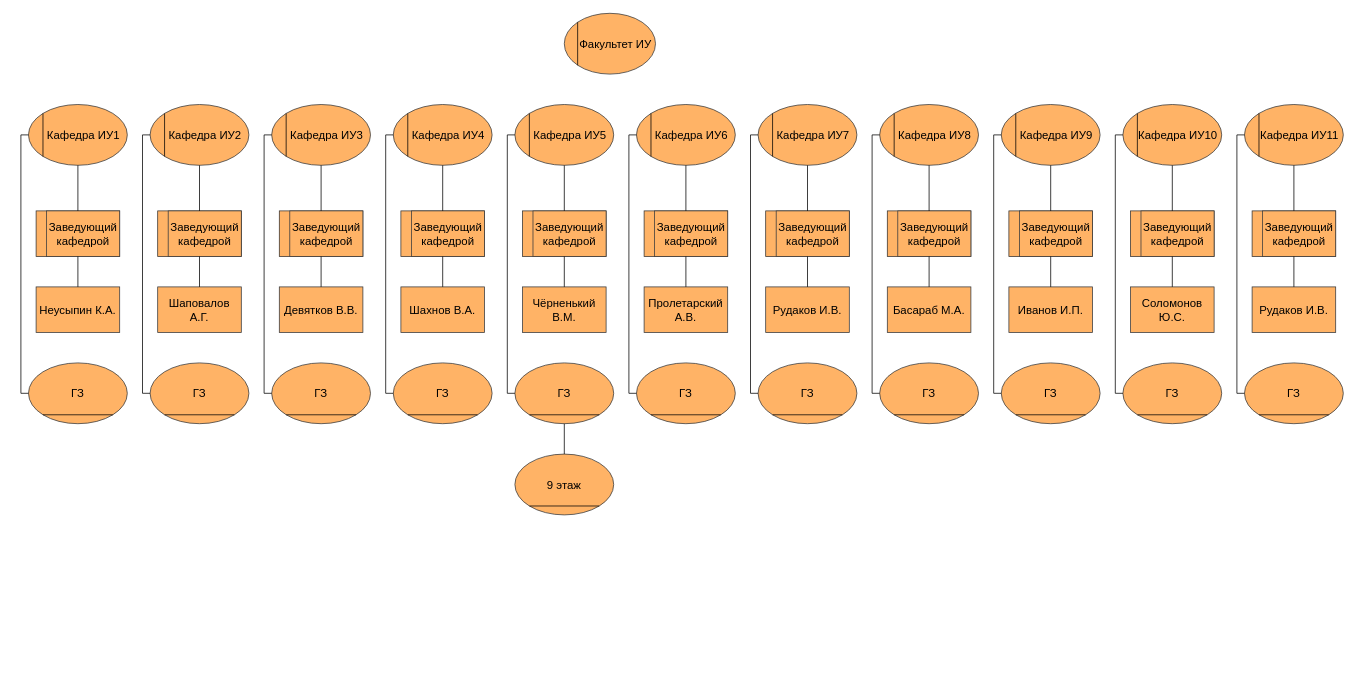
Before: ERP l1.drawio in DMfananddu/ERP, a draw.io diagram. Source tidied: cells renumbered, new cells numbered last; positions are measured from the earlier drawing's top-left corner, leaving out a move shared by most shapes. Both pictures are drawn from the tidied source at 76%, with x=0, y=0 at pixel (21, 13).
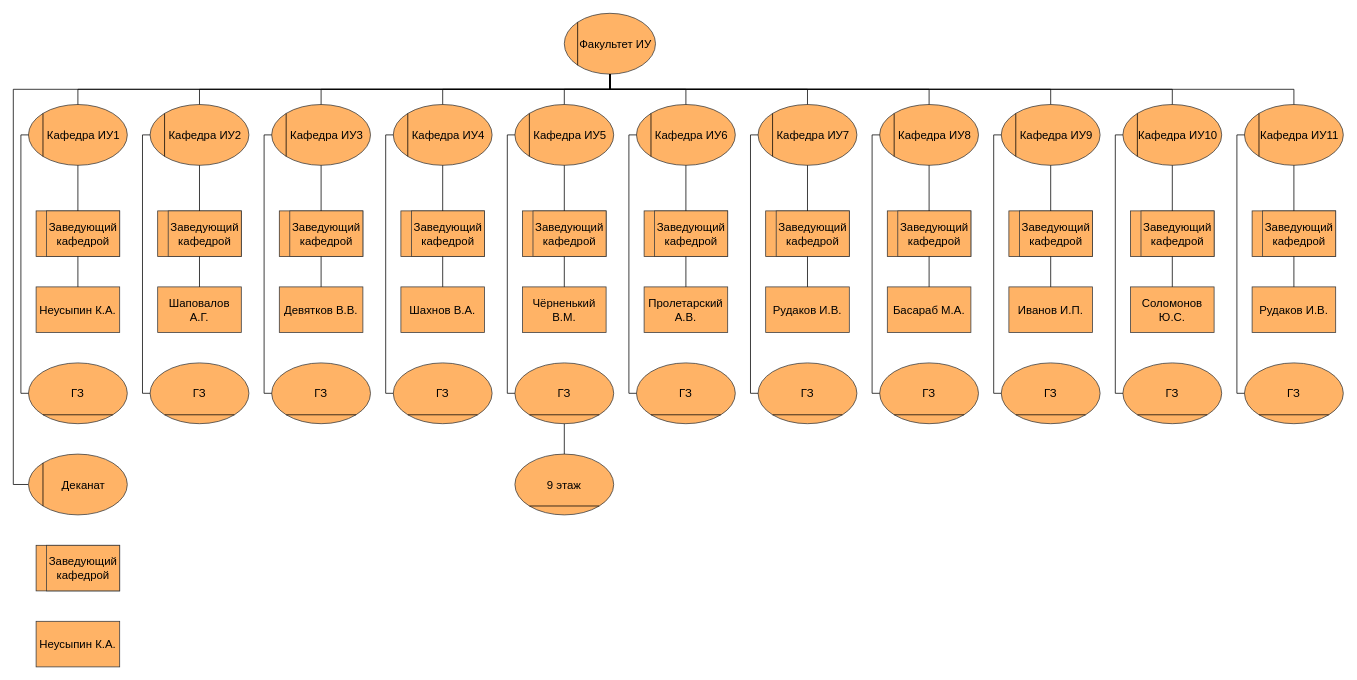
Above is the later version.

The change refers to these unchanged cells:
```xml
<mxCell id="3" value="Факультет ИУ" style="ellipse;whiteSpace=wrap;html=1;rounded=0;strokeColor=#36393d;spacingLeft=15;fillColor=#FFB366;fontSize=15;" parent="2" vertex="1">
  <mxGeometry width="120" height="80" as="geometry" />
</mxCell>
<mxCell id="6" value="Кафедра ИУ2" style="ellipse;whiteSpace=wrap;html=1;rounded=0;strokeColor=#36393d;spacingLeft=15;fillColor=#FFB366;fontSize=15;" parent="5" vertex="1">
  <mxGeometry width="130" height="80" as="geometry" />
</mxCell>
<mxCell id="9" value="Кафедра ИУ3" style="ellipse;whiteSpace=wrap;html=1;rounded=0;strokeColor=#36393d;spacingLeft=15;fillColor=#FFB366;fontSize=15;" parent="8" vertex="1">
  <mxGeometry width="130" height="80" as="geometry" />
</mxCell>
<mxCell id="12" value="Кафедра ИУ4" style="ellipse;whiteSpace=wrap;html=1;rounded=0;strokeColor=#36393d;spacingLeft=15;fillColor=#FFB366;fontSize=15;" parent="11" vertex="1">
  <mxGeometry width="130" height="80" as="geometry" />
</mxCell>
<mxCell id="15" value="Кафедра ИУ5" style="ellipse;whiteSpace=wrap;html=1;rounded=0;strokeColor=#36393d;spacingLeft=15;fillColor=#FFB366;fontSize=15;" parent="14" vertex="1">
  <mxGeometry width="130" height="80" as="geometry" />
</mxCell>
<mxCell id="18" value="Кафедра ИУ6" style="ellipse;whiteSpace=wrap;html=1;rounded=0;strokeColor=#36393d;spacingLeft=15;fillColor=#FFB366;fontSize=15;" parent="17" vertex="1">
  <mxGeometry width="130" height="80" as="geometry" />
</mxCell>
<mxCell id="21" value="Кафедра ИУ7" style="ellipse;whiteSpace=wrap;html=1;rounded=0;strokeColor=#36393d;spacingLeft=15;fillColor=#FFB366;fontSize=15;" parent="20" vertex="1">
  <mxGeometry width="130" height="80" as="geometry" />
</mxCell>
<mxCell id="24" value="Кафедра ИУ8" style="ellipse;whiteSpace=wrap;html=1;rounded=0;strokeColor=#36393d;spacingLeft=15;fillColor=#FFB366;fontSize=15;" parent="23" vertex="1">
  <mxGeometry width="130" height="80" as="geometry" />
</mxCell>
<mxCell id="27" value="Кафедра ИУ9" style="ellipse;whiteSpace=wrap;html=1;rounded=0;strokeColor=#36393d;spacingLeft=15;fillColor=#FFB366;fontSize=15;" parent="26" vertex="1">
  <mxGeometry width="130" height="80" as="geometry" />
</mxCell>
<mxCell id="30" value="Кафедра ИУ10" style="ellipse;whiteSpace=wrap;html=1;rounded=0;strokeColor=#36393d;spacingLeft=15;fillColor=#FFB366;fontSize=15;" parent="29" vertex="1">
  <mxGeometry width="130" height="80" as="geometry" />
</mxCell>
<mxCell id="33" value="Кафедра ИУ1" style="ellipse;whiteSpace=wrap;html=1;rounded=0;strokeColor=#36393d;spacingLeft=15;fillColor=#FFB366;fontSize=15;" parent="32" vertex="1">
  <mxGeometry width="130" height="80" as="geometry" />
</mxCell>
<mxCell id="36" value="Кафедра ИУ11" style="ellipse;whiteSpace=wrap;html=1;rounded=0;strokeColor=#36393d;spacingLeft=15;fillColor=#FFB366;fontSize=15;" parent="35" vertex="1">
  <mxGeometry width="130" height="80" as="geometry" />
</mxCell>
```

What changed in the source:
```diff
@@
+    <mxCell id="152" style="edgeStyle=orthogonalEdgeStyle;rounded=0;jettySize=auto;html=1;exitX=0.5;exitY=1;exitDx=0;exitDy=0;entryX=0.5;entryY=0;entryDx=0;entryDy=0;fontSize=15;startArrow=none;startFill=0;endArrow=none;endFill=0;" parent="1" edge="1" source="3" target="33">
+      <mxGeometry relative="1" as="geometry" />
+    </mxCell>
+    <mxCell id="153" style="edgeStyle=orthogonalEdgeStyle;rounded=0;jettySize=auto;html=1;exitX=0.5;exitY=1;exitDx=0;exitDy=0;entryX=0.5;entryY=0;entryDx=0;entryDy=0;fontSize=15;startArrow=none;startFill=0;endArrow=none;endFill=0;" parent="1" edge="1" source="3" target="6">
+      <mxGeometry relative="1" as="geometry" />
+    </mxCell>
+    <mxCell id="154" style="edgeStyle=orthogonalEdgeStyle;rounded=0;jettySize=auto;html=1;exitX=0.5;exitY=1;exitDx=0;exitDy=0;entryX=0.5;entryY=0;entryDx=0;entryDy=0;fontSize=15;startArrow=none;startFill=0;endArrow=none;endFill=0;" parent="1" edge="1" source="3" target="9">
+      <mxGeometry relative="1" as="geometry" />
+    </mxCell>
+    <mxCell id="155" style="edgeStyle=orthogonalEdgeStyle;rounded=0;jettySize=auto;html=1;exitX=0.5;exitY=1;exitDx=0;exitDy=0;entryX=0.5;entryY=0;entryDx=0;entryDy=0;fontSize=15;startArrow=none;startFill=0;endArrow=none;endFill=0;" parent="1" edge="1" source="3" target="12">
+      <mxGeometry relative="1" as="geometry" />
+    </mxCell>
+    <mxCell id="156" style="edgeStyle=orthogonalEdgeStyle;rounded=0;jettySize=auto;html=1;exitX=0.5;exitY=1;exitDx=0;exitDy=0;entryX=0.5;entryY=0;entryDx=0;entryDy=0;fontSize=15;startArrow=none;startFill=0;endArrow=none;endFill=0;" parent="1" edge="1" source="3" target="15">
+      <mxGeometry relative="1" as="geometry" />
+    </mxCell>
+    <mxCell id="157" style="edgeStyle=orthogonalEdgeStyle;rounded=0;jettySize=auto;html=1;exitX=0.5;exitY=1;exitDx=0;exitDy=0;entryX=0.5;entryY=0;entryDx=0;entryDy=0;fontSize=15;startArrow=none;startFill=0;endArrow=none;endFill=0;" parent="1" edge="1" source="3" target="18">
+      <mxGeometry relative="1" as="geometry" />
+    </mxCell>
+    <mxCell id="158" style="edgeStyle=orthogonalEdgeStyle;rounded=0;jettySize=auto;html=1;exitX=0.5;exitY=1;exitDx=0;exitDy=0;entryX=0.5;entryY=0;entryDx=0;entryDy=0;fontSize=15;startArrow=none;startFill=0;endArrow=none;endFill=0;" parent="1" edge="1" source="3" target="21">
+      <mxGeometry relative="1" as="geometry" />
+    </mxCell>
+    <mxCell id="159" style="edgeStyle=orthogonalEdgeStyle;rounded=0;jettySize=auto;html=1;exitX=0.5;exitY=1;exitDx=0;exitDy=0;entryX=0.5;entryY=0;entryDx=0;entryDy=0;fontSize=15;startArrow=none;startFill=0;endArrow=none;endFill=0;" parent="1" edge="1" source="3" target="24">
+      <mxGeometry relative="1" as="geometry" />
+    </mxCell>
+    <mxCell id="160" style="edgeStyle=orthogonalEdgeStyle;rounded=0;jettySize=auto;html=1;exitX=0.5;exitY=1;exitDx=0;exitDy=0;entryX=0.5;entryY=0;entryDx=0;entryDy=0;fontSize=15;startArrow=none;startFill=0;endArrow=none;endFill=0;" parent="1" edge="1" source="3" target="27">
+      <mxGeometry relative="1" as="geometry" />
+    </mxCell>
+    <mxCell id="161" style="edgeStyle=orthogonalEdgeStyle;rounded=0;jettySize=auto;html=1;exitX=0.5;exitY=1;exitDx=0;exitDy=0;entryX=0.5;entryY=0;entryDx=0;entryDy=0;fontSize=15;startArrow=none;startFill=0;endArrow=none;endFill=0;" parent="1" edge="1" source="3" target="30">
+      <mxGeometry relative="1" as="geometry" />
+    </mxCell>
+    <mxCell id="162" style="edgeStyle=orthogonalEdgeStyle;rounded=0;jettySize=auto;html=1;exitX=0.5;exitY=1;exitDx=0;exitDy=0;entryX=0.5;entryY=0;entryDx=0;entryDy=0;fontSize=15;startArrow=none;startFill=0;endArrow=none;endFill=0;" parent="1" edge="1" source="3" target="36">
+      <mxGeometry relative="1" as="geometry" />
+    </mxCell>
+    <mxCell id="163" style="edgeStyle=orthogonalEdgeStyle;rounded=0;jettySize=auto;html=1;exitX=0.5;exitY=1;exitDx=0;exitDy=0;fontSize=15;startArrow=none;startFill=0;endArrow=none;endFill=0;entryX=0;entryY=0.5;entryDx=0;entryDy=0;" parent="1" edge="1" source="3" target="165">
+      <mxGeometry relative="1" as="geometry">
+        <Array as="points">
+          <mxPoint x="775" y="100" />
+          <mxPoint x="-10" y="100" />
+          <mxPoint x="-10" y="620" />
+        </Array>
+      </mxGeometry>
+    </mxCell>
+    <mxCell id="164" style="group;rounded=0;fillColor=none;spacingLeft=0;strokeWidth=1;fontSize=15;" parent="1" vertex="1">
+      <mxGeometry x="10" y="580" width="130" height="80" as="geometry" />
+    </mxCell>
+    <mxCell id="165" value="Деканат" style="ellipse;whiteSpace=wrap;html=1;rounded=0;strokeColor=#36393d;spacingLeft=15;fillColor=#FFB366;fontSize=15;" parent="164" vertex="1">
+      <mxGeometry width="130" height="80" as="geometry" />
+    </mxCell>
+    <mxCell id="166" style="endArrow=none;html=1;entryX=0;entryY=0;entryDx=0;entryDy=0;exitX=0;exitY=1;exitDx=0;exitDy=0;" parent="164" edge="1" source="165" target="165">
+      <mxGeometry relative="1" as="geometry" />
+    </mxCell>
+    <mxCell id="167" style="group;fontSize=15;fillColor=#FFB366;" parent="1" vertex="1">
+      <mxGeometry x="20" y="700" width="110" height="60" as="geometry" />
+    </mxCell>
+    <mxCell id="168" style="rounded=0;whiteSpace=wrap;html=1;strokeColor=#36393d;fontSize=15;fillColor=#FFB366;" parent="167" vertex="1">
+      <mxGeometry width="110" height="60" as="geometry" />
+    </mxCell>
+    <mxCell id="169" value="&lt;font style=&quot;font-size: 15px&quot;&gt;Заведующий&lt;br&gt;кафедрой&lt;/font&gt;" style="rounded=0;whiteSpace=wrap;html=1;strokeColor=#36393d;fillColor=#FFB366;" parent="167" vertex="1">
+      <mxGeometry x="13.8" width="96.2" height="60" as="geometry" />
+    </mxCell>
+    <mxCell id="170" value="&lt;span style=&quot;font-size: 15px&quot;&gt;Неусыпин К.А.&lt;/span&gt;" style="rounded=0;whiteSpace=wrap;html=1;strokeColor=#36393d;fillColor=#FFB366;" parent="1" vertex="1">
+      <mxGeometry x="20" y="800" width="110" height="60" as="geometry" />
+    </mxCell>
```
